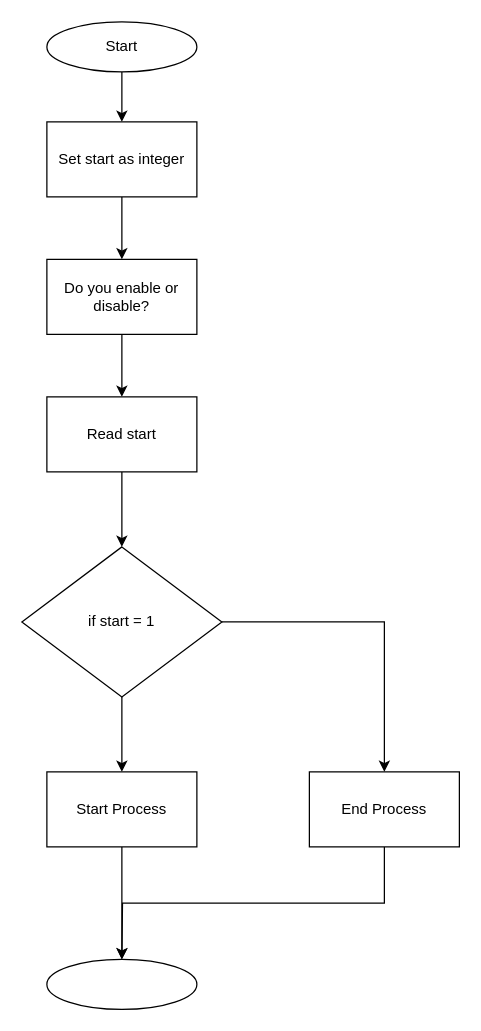
Above: Untitled Diagram.drawio in LwinMateo/mlcode (draw.io), before the change. Source tidied: cells renumbered, new cells numbered last; positions are measured from the earlier drawing's top-left corner, leaving out a move shared by most shapes. Both pictures are drawn from the tidied source at 125%, with x=0, y=0 at pixel (21, 21).
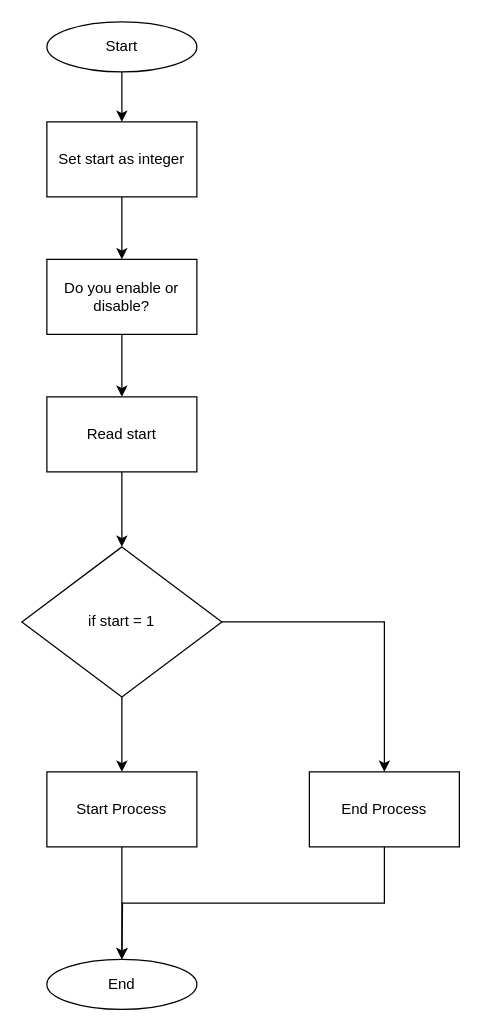
Above is the later version.

The edit, as a diff of the source:
```diff
@@
 <mxGraphModel>
   <root>
     <mxCell id="0" />
     <mxCell id="1" parent="0" />
     <mxCell id="2" style="edgeStyle=orthogonalEdgeStyle;rounded=0;jettySize=auto;html=1;exitX=0.5;exitY=1;exitDx=0;exitDy=0;entryX=0.5;entryY=0;entryDx=0;entryDy=0;" parent="1" edge="1" source="3" target="7">
       <mxGeometry relative="1" as="geometry" />
     </mxCell>
     <mxCell id="3" value="Start" style="ellipse;whiteSpace=wrap;html=1;" parent="1" vertex="1">
       <mxGeometry x="20" width="120" height="40" as="geometry" />
     </mxCell>
     <mxCell id="4" style="edgeStyle=orthogonalEdgeStyle;rounded=0;jettySize=auto;html=1;exitX=0.5;exitY=1;exitDx=0;exitDy=0;entryX=0.5;entryY=0;entryDx=0;entryDy=0;" parent="1" edge="1" source="5" target="9">
       <mxGeometry relative="1" as="geometry" />
     </mxCell>
     <mxCell id="5" value="Do you enable or disable?" style="rounded=0;whiteSpace=wrap;html=1;" parent="1" vertex="1">
       <mxGeometry x="20" y="190" width="120" height="60" as="geometry" />
     </mxCell>
     <mxCell id="6" style="edgeStyle=orthogonalEdgeStyle;rounded=0;jettySize=auto;html=1;exitX=0.5;exitY=1;exitDx=0;exitDy=0;" parent="1" edge="1" source="7" target="5">
       <mxGeometry relative="1" as="geometry" />
     </mxCell>
     <mxCell id="7" value="Set start as integer" style="rounded=0;whiteSpace=wrap;html=1;" parent="1" vertex="1">
       <mxGeometry x="20" y="80" width="120" height="60" as="geometry" />
     </mxCell>
     <mxCell id="8" style="edgeStyle=orthogonalEdgeStyle;rounded=0;jettySize=auto;html=1;exitX=0.5;exitY=1;exitDx=0;exitDy=0;entryX=0.5;entryY=0;entryDx=0;entryDy=0;" parent="1" edge="1" source="9" target="12">
       <mxGeometry relative="1" as="geometry" />
     </mxCell>
     <mxCell id="9" value="Read start" style="rounded=0;whiteSpace=wrap;html=1;" parent="1" vertex="1">
       <mxGeometry x="20" y="300" width="120" height="60" as="geometry" />
     </mxCell>
     <mxCell id="10" style="edgeStyle=orthogonalEdgeStyle;rounded=0;jettySize=auto;html=1;exitX=0.5;exitY=1;exitDx=0;exitDy=0;" parent="1" edge="1" source="12" target="14">
       <mxGeometry relative="1" as="geometry" />
     </mxCell>
     <mxCell id="11" style="edgeStyle=orthogonalEdgeStyle;rounded=0;jettySize=auto;html=1;exitX=1;exitY=0.5;exitDx=0;exitDy=0;entryX=0.5;entryY=0;entryDx=0;entryDy=0;" parent="1" edge="1" source="12" target="16">
       <mxGeometry relative="1" as="geometry" />
     </mxCell>
     <mxCell id="12" value="if start = 1" style="rhombus;whiteSpace=wrap;html=1;" parent="1" vertex="1">
       <mxGeometry y="420" width="160" height="120" as="geometry" />
     </mxCell>
     <mxCell id="13" style="edgeStyle=orthogonalEdgeStyle;rounded=0;jettySize=auto;html=1;exitX=0.5;exitY=1;exitDx=0;exitDy=0;entryX=0.5;entryY=0;entryDx=0;entryDy=0;" parent="1" edge="1" source="14" target="17">
       <mxGeometry relative="1" as="geometry" />
     </mxCell>
     <mxCell id="14" value="Start Process" style="rounded=0;whiteSpace=wrap;html=1;" parent="1" vertex="1">
       <mxGeometry x="20" y="600" width="120" height="60" as="geometry" />
     </mxCell>
     <mxCell id="15" style="edgeStyle=orthogonalEdgeStyle;rounded=0;jettySize=auto;html=1;exitX=0.5;exitY=1;exitDx=0;exitDy=0;" parent="1" edge="1" source="16">
       <mxGeometry relative="1" as="geometry">
         <mxPoint x="80" y="750" as="targetPoint" />
       </mxGeometry>
     </mxCell>
     <mxCell id="16" value="End Process" style="rounded=0;whiteSpace=wrap;html=1;" parent="1" vertex="1">
       <mxGeometry x="230" y="600" width="120" height="60" as="geometry" />
     </mxCell>
-    <mxCell id="17" style="ellipse;whiteSpace=wrap;html=1;" parent="1" vertex="1">
+    <mxCell id="17" value="End" style="ellipse;whiteSpace=wrap;html=1;" parent="1" vertex="1">
       <mxGeometry x="20" y="750" width="120" height="40" as="geometry" />
     </mxCell>
     <mxCell id="18" style="edgeStyle=orthogonalEdgeStyle;rounded=0;orthogonalLoop=1;jettySize=auto;html=1;exitX=0.5;exitY=1;exitDx=0;exitDy=0;" parent="1" edge="1" source="12" target="12">
       <mxGeometry relative="1" as="geometry" />
     </mxCell>
   </root>
 </mxGraphModel>
```
